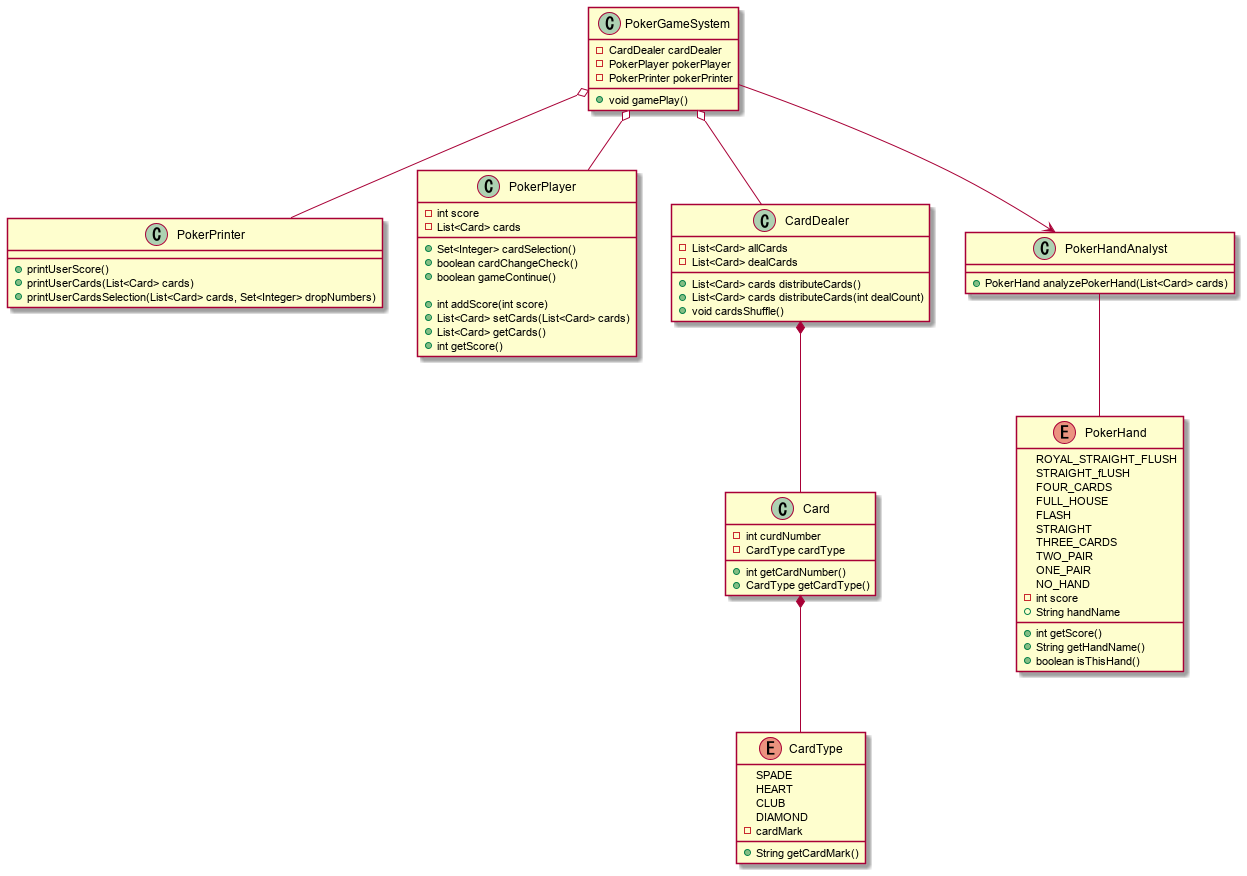
yasusi-1234/cli_poker_app keeps this PlantUML diagram as uml/poker_class.png. Above is the earlier version.
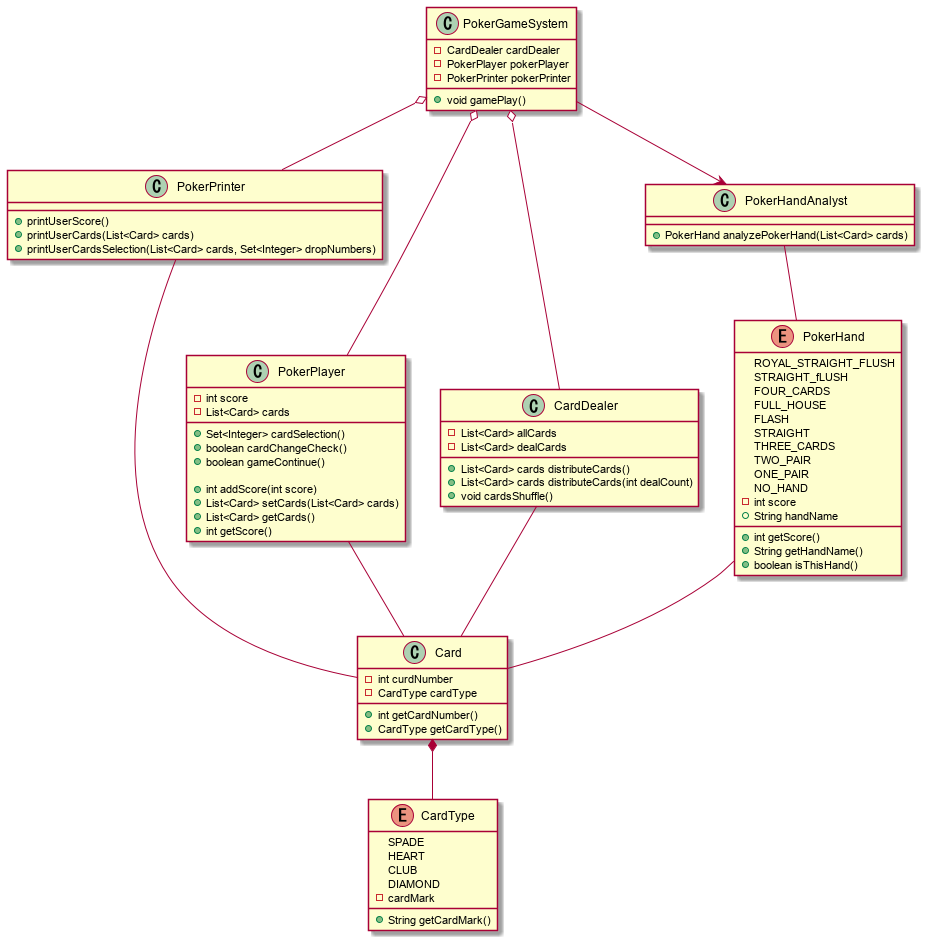
Later version of the same file.

Commit message:
クラス図の修正

Change to the diagram source:
```diff
@@ -85,7 +85,10 @@
 
 Card *-- CardType
 
-CardDealer *-- Card
+CardDealer -- Card
+PokerPlayer -- Card
+PokerPrinter -- Card
+PokerHand -- Card
 
 PokerHandAnalyst -- PokerHand
 PokerGameSystem --> PokerHandAnalyst
```
